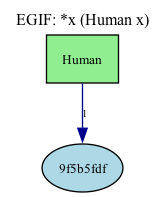
Earlier version of the Graphviz export visual_output/simple_predicate.png (mijahauan/Arisbe). Its source is kept beside it as visual_output/simple_predicate.dot.
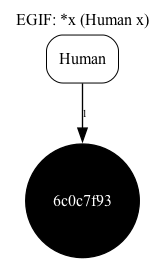
Later version of the same file.

Diff of the diagram source:
```diff
@@ -1,13 +1,14 @@
 digraph EG {
   rankdir=TB;
   compound=true;
-  node [fontsize=10];
+  node [fontsize=12, fontname="Times-Roman"];
+  edge [penwidth=1.00, color=black];
 
   label="EGIF: *x (Human x)";
   labelloc="t";
   fontsize=12;
 
-  "pred_e_8e9a7e17" [label="Human", shape=box, style=filled, fillcolor=lightgreen];
-  "Vertex(id='v_9f5b5fdf', label=None, is_generic=True)" [label="9f5b5fdf", shape=ellipse, style=filled, fillcolor=lightblue];
-  "pred_e_8e9a7e17" -> "Vertex(id='v_9f5b5fdf', label=None, is_generic=True)" [label="1", color=darkblue, fontsize=8];
+  "pred_e_985b3131" [label="Human", shape=box, style=rounded, penwidth=0.75, fontname="Times-Roman"];
+  "Vertex(id='v_6c0c7f93', label=None, is_generic=True)" [label="6c0c7f93", shape=circle, width=0.069, height=0.069, style=filled, fillcolor=black, fontcolor=white, fontname="Times-Roman"];
+  "pred_e_985b3131" -> "Vertex(id='v_6c0c7f93', label=None, is_generic=True)" [label="1", color=black, penwidth=1.00, fontsize=8, fontname="Times-Roman"];
 }
```
